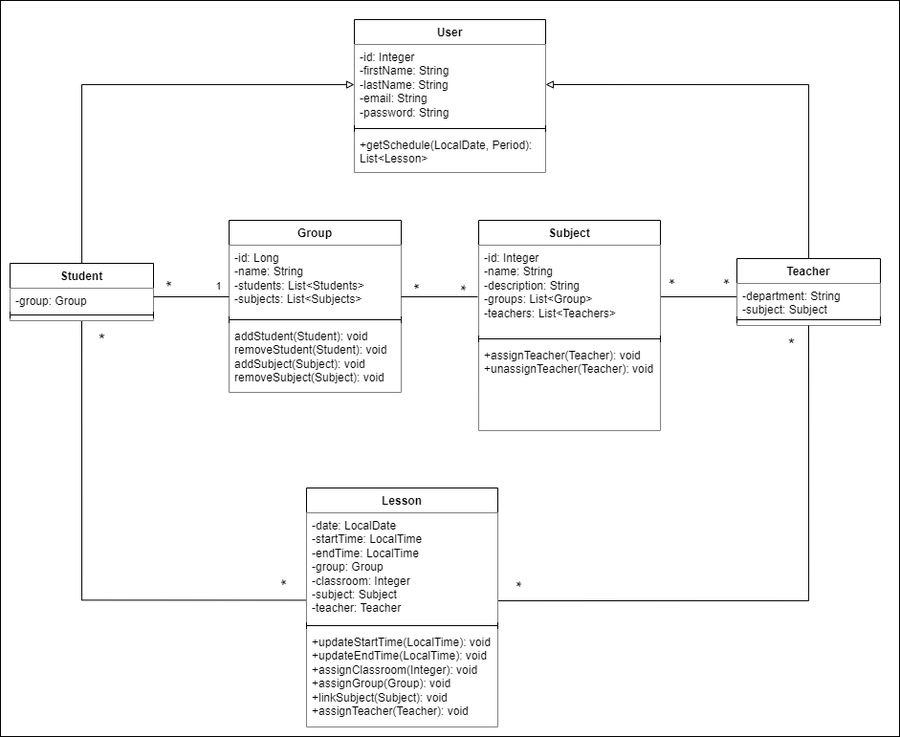
Earlier version of the draw.io export university-class-scheme.png (IgorShepota/university-cms). Source tidied: cells renumbered, new cells last; positions are measured from the earlier drawing's top-left corner, leaving out a move shared by most shapes.
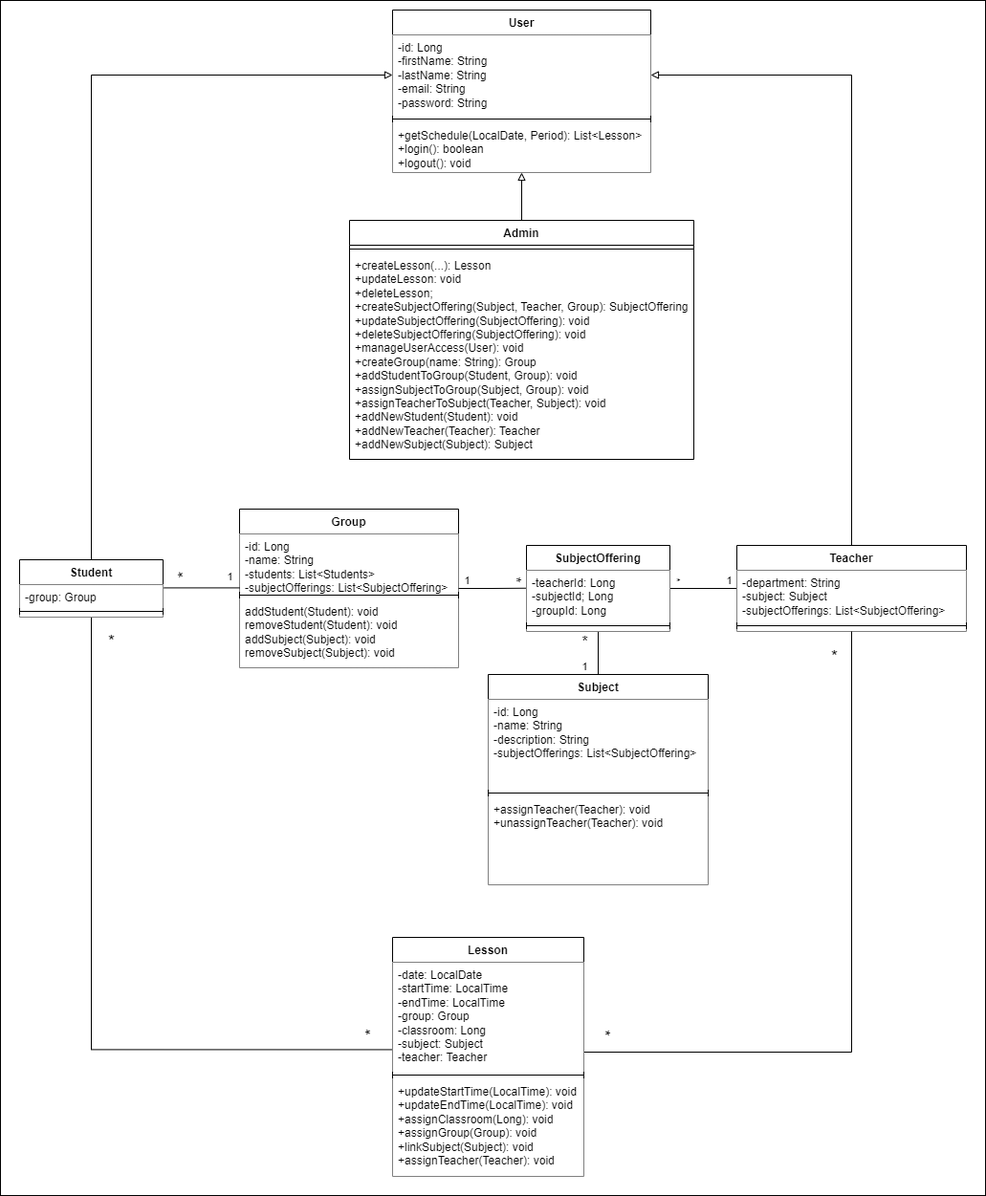
After the change.

Commit message:
Finalize user stories.

What changed in the source:
```diff
@@ -5,20 +5,4 @@
     <mxCell id="2" style="rounded=0;whiteSpace=wrap;html=1;fillColor=#FFFFFF;" parent="1" vertex="1">
-      <mxGeometry width="940" height="770" as="geometry" />
+      <mxGeometry x="-50" y="-370" width="1030" height="1250" as="geometry" />
     </mxCell>
-    <mxCell id="3" style="edgeStyle=none;rounded=0;orthogonalLoop=1;jettySize=auto;html=1;endArrow=none;endFill=0;fillColor=#FFFFFF;" parent="1" edge="1">
-      <mxGeometry relative="1" as="geometry">
-        <mxPoint x="690" y="310" as="sourcePoint" />
-        <mxPoint x="770" y="310" as="targetPoint" />
-      </mxGeometry>
-    </mxCell>
-    <mxCell id="4" value="*" style="edgeLabel;html=1;align=center;verticalAlign=middle;rotation=180;fontSize=18;fontStyle=0;fillColor=#FFFFFF;" parent="3" vertex="1">
-      <mxGeometry x="-0.83" relative="1" as="geometry">
-        <mxPoint x="6" y="-20" as="offset" />
-      </mxGeometry>
-    </mxCell>
-    <mxCell id="5" value="*" style="edgeLabel;html=1;align=center;verticalAlign=middle;rotation=180;fontSize=18;fontStyle=0;fillColor=#FFFFFF;" parent="3" vertex="1">
-      <mxGeometry x="0.76" y="1" relative="1" as="geometry">
-        <mxPoint y="-19" as="offset" />
-      </mxGeometry>
-    </mxCell>
     <mxCell id="6" style="edgeStyle=orthogonalEdgeStyle;rounded=0;jettySize=auto;html=1;entryX=0;entryY=0.802;entryDx=0;entryDy=0;entryPerimeter=0;endArrow=none;endFill=0;exitX=0.5;exitY=1.002;exitDx=0;exitDy=0;exitPerimeter=0;fontSize=12;fillColor=#FFFFFF;" parent="1" edge="1" source="13" target="23">
@@ -36,3 +20,3 @@
     </mxCell>
-    <mxCell id="9" style="edgeStyle=orthogonalEdgeStyle;rounded=0;jettySize=auto;html=1;endArrow=block;endFill=0;" parent="1" edge="1" source="10" target="41">
+    <mxCell id="9" style="edgeStyle=orthogonalEdgeStyle;rounded=0;jettySize=auto;html=1;endArrow=block;endFill=0;jumpStyle=none;strokeWidth=1;strokeColor=default;" parent="1" edge="1" source="10" target="41">
       <mxGeometry relative="1" as="geometry" />
@@ -40,3 +24,3 @@
     <mxCell id="10" value="Student" style="swimlane;fontStyle=1;align=center;verticalAlign=top;horizontal=1;startSize=26;whiteSpace=wrap;html=1;fillColor=#FFFFFF;" parent="1" vertex="1">
-      <mxGeometry x="10" y="275" width="150" height="60" as="geometry" />
+      <mxGeometry x="-30" y="215" width="150" height="60" as="geometry" />
     </mxCell>
@@ -54,19 +38,34 @@
     </mxCell>
+    <mxCell id="44" style="edgeStyle=orthogonalEdgeStyle;rounded=0;jettySize=auto;html=1;endArrow=none;endFill=0;" parent="1" edge="1" source="15" target="50">
+      <mxGeometry relative="1" as="geometry" />
+    </mxCell>
+    <mxCell id="45" value="*" style="edgeLabel;html=1;align=center;verticalAlign=middle;rotation=90;" parent="44" vertex="1">
+      <mxGeometry x="0.78" y="1" relative="1" as="geometry">
+        <mxPoint y="-10" as="offset" />
+      </mxGeometry>
+    </mxCell>
+    <mxCell id="46" value="1" style="edgeLabel;html=1;align=center;verticalAlign=middle;" parent="44" vertex="1">
+      <mxGeometry x="-0.8" relative="1" as="geometry">
+        <mxPoint x="-2" y="-9" as="offset" />
+      </mxGeometry>
+    </mxCell>
     <mxCell id="15" value="Teacher" style="swimlane;fontStyle=1;align=center;verticalAlign=top;horizontal=1;startSize=26;whiteSpace=wrap;html=1;fillColor=#FFFFFF;" parent="1" vertex="1">
-      <mxGeometry x="770" y="270" width="150" height="70" as="geometry" />
+      <mxGeometry x="720" y="200" width="240" height="90" as="geometry" />
     </mxCell>
-    <mxCell id="16" value="&lt;div&gt;&lt;span style=&quot;background-color: initial;&quot;&gt;-department: String&lt;/span&gt;&lt;br&gt;&lt;/div&gt;&lt;div&gt;-subject: Subject&lt;/div&gt;" style="text;strokeColor=none;fillColor=#FFFFFF;align=left;verticalAlign=top;spacingLeft=4;spacingRight=4;overflow=hidden;whiteSpace=wrap;html=1;" parent="15" vertex="1">
-      <mxGeometry y="26" width="150" height="34" as="geometry" />
+    <mxCell id="16" value="&lt;div&gt;&lt;span style=&quot;background-color: initial;&quot;&gt;-department: String&lt;/span&gt;&lt;br&gt;&lt;/div&gt;&lt;div&gt;-subject: Subject&lt;/div&gt;&lt;div&gt;-subjectOfferings: List&amp;lt;SubjectOffering&amp;gt;&lt;/div&gt;" style="text;strokeColor=none;fillColor=#FFFFFF;align=left;verticalAlign=top;spacingLeft=4;spacingRight=4;overflow=hidden;whiteSpace=wrap;html=1;" parent="15" vertex="1">
+      <mxGeometry y="26" width="240" height="54" as="geometry" />
     </mxCell>
     <mxCell id="17" style="line;strokeWidth=1;fillColor=#FFFFFF;align=left;verticalAlign=middle;spacingTop=-1;spacingLeft=3;spacingRight=3;labelPosition=right;strokeColor=inherit;" parent="15" vertex="1">
-      <mxGeometry y="60" width="150" height="8" as="geometry" />
+      <mxGeometry y="80" width="240" height="8" as="geometry" />
     </mxCell>
     <mxCell id="18" style="text;strokeColor=none;fillColor=#FFFFFF;align=left;verticalAlign=top;spacingLeft=4;spacingRight=4;overflow=hidden;whiteSpace=wrap;html=1;" parent="15" vertex="1">
-      <mxGeometry y="68" width="150" height="2" as="geometry" />
+      <mxGeometry y="88" width="240" height="2" as="geometry" />
     </mxCell>
-    <mxCell id="19" style="edgeStyle=orthogonalEdgeStyle;rounded=0;jettySize=auto;html=1;exitX=1;exitY=0.895;exitDx=0;exitDy=0;exitPerimeter=0;endArrow=none;endFill=0;fillColor=#FFFFFF;entryX=0.5;entryY=1;entryDx=0;entryDy=0;" parent="1" edge="1" target="15">
+    <mxCell id="19" style="edgeStyle=orthogonalEdgeStyle;rounded=0;jettySize=auto;html=1;endArrow=none;endFill=0;fillColor=#FFFFFF;exitX=1;exitY=0.737;exitDx=0;exitDy=0;exitPerimeter=0;entryX=0.5;entryY=1;entryDx=0;entryDy=0;" parent="1" edge="1" target="15">
       <mxGeometry relative="1" as="geometry">
-        <mxPoint x="520" y="628" as="sourcePoint" />
+        <mxPoint x="540" y="620" as="sourcePoint" />
         <Array as="points">
-          <mxPoint x="845" y="628" />
+          <mxPoint x="500" y="620" />
+          <mxPoint x="500" y="730" />
+          <mxPoint x="840" y="730" />
         </Array>
@@ -76,3 +75,3 @@
       <mxGeometry x="-0.94" y="1" relative="1" as="geometry">
-        <mxPoint y="-17" as="offset" />
+        <mxPoint x="70" y="89" as="offset" />
       </mxGeometry>
@@ -85,5 +84,5 @@
     <mxCell id="22" value="Lesson" style="swimlane;fontStyle=1;align=center;verticalAlign=top;horizontal=1;startSize=26;whiteSpace=wrap;html=1;fillColor=#FFFFFF;" parent="1" vertex="1">
-      <mxGeometry x="320" y="510" width="200" height="250" as="geometry" />
+      <mxGeometry x="360" y="610" width="200" height="250" as="geometry" />
     </mxCell>
-    <mxCell id="23" value="&lt;div&gt;-date: LocalDate&lt;/div&gt;&lt;div&gt;-startTime: LocalTime&lt;/div&gt;&lt;div&gt;-endTime: LocalTime&lt;/div&gt;&lt;div&gt;-group: Group&lt;/div&gt;-classroom: Integer&lt;div&gt;-subject: Subject&lt;/div&gt;&lt;div&gt;-teacher: Teacher&lt;/div&gt;" style="text;strokeColor=none;fillColor=#FFFFFF;align=left;verticalAlign=top;spacingLeft=4;spacingRight=4;overflow=hidden;points=[[0,0.5],[1,0.5]];portConstraint=eastwest;whiteSpace=wrap;html=1;" parent="22" vertex="1">
+    <mxCell id="23" value="&lt;div&gt;-date: LocalDate&lt;/div&gt;&lt;div&gt;-startTime: LocalTime&lt;/div&gt;&lt;div&gt;-endTime: LocalTime&lt;/div&gt;&lt;div&gt;-group: Group&lt;/div&gt;-classroom: Long&lt;div&gt;-subject: Subject&lt;/div&gt;&lt;div&gt;-teacher: Teacher&lt;/div&gt;" style="text;strokeColor=none;fillColor=#FFFFFF;align=left;verticalAlign=top;spacingLeft=4;spacingRight=4;overflow=hidden;points=[[0,0.5],[1,0.5]];portConstraint=eastwest;whiteSpace=wrap;html=1;" parent="22" vertex="1">
       <mxGeometry y="26" width="200" height="114" as="geometry" />
@@ -93,3 +92,3 @@
     </mxCell>
-    <mxCell id="25" value="&lt;div&gt;+updateStartTime(LocalTime): void&lt;/div&gt;&lt;div&gt;+updateEndTime(LocalTime): void&lt;/div&gt;&lt;div&gt;+assignClassroom(Integer): void&lt;/div&gt;&lt;div&gt;+assignGroup(Group): void&lt;/div&gt;&lt;div&gt;+linkSubject(Subject): void&lt;/div&gt;&lt;div&gt;+assignTeacher(Teacher): void&lt;/div&gt;" style="text;strokeColor=none;fillColor=#FFFFFF;align=left;verticalAlign=top;spacingLeft=4;spacingRight=4;overflow=hidden;whiteSpace=wrap;html=1;" parent="22" vertex="1">
+    <mxCell id="25" value="&lt;div&gt;+updateStartTime(LocalTime): void&lt;/div&gt;&lt;div&gt;+updateEndTime(LocalTime): void&lt;/div&gt;&lt;div&gt;+assignClassroom(Long): void&lt;/div&gt;&lt;div&gt;+assignGroup(Group): void&lt;/div&gt;&lt;div&gt;+linkSubject(Subject): void&lt;/div&gt;&lt;div&gt;+assignTeacher(Teacher): void&lt;/div&gt;" style="text;strokeColor=none;fillColor=#FFFFFF;align=left;verticalAlign=top;spacingLeft=4;spacingRight=4;overflow=hidden;whiteSpace=wrap;html=1;" parent="22" vertex="1">
       <mxGeometry y="148" width="200" height="102" as="geometry" />
@@ -97,45 +96,29 @@
     <mxCell id="26" value="Subject" style="swimlane;fontStyle=1;align=center;verticalAlign=top;horizontal=1;startSize=26;whiteSpace=wrap;html=1;fillColor=#FFFFFF;" parent="1" vertex="1">
-      <mxGeometry x="500" y="230" width="190" height="220" as="geometry" />
+      <mxGeometry x="460" y="335" width="230" height="220" as="geometry" />
     </mxCell>
-    <mxCell id="27" value="&lt;div&gt;-id: Integer&lt;/div&gt;&lt;div&gt;-name: String&lt;/div&gt;&lt;div&gt;-description: String&lt;/div&gt;&lt;div&gt;-groups: List&amp;lt;Group&amp;gt;&lt;/div&gt;&lt;div&gt;-teachers: List&amp;lt;Teachers&amp;gt;&lt;/div&gt;" style="text;strokeColor=none;fillColor=#FFFFFF;align=left;verticalAlign=top;spacingLeft=4;spacingRight=4;overflow=hidden;whiteSpace=wrap;html=1;" parent="26" vertex="1">
-      <mxGeometry y="26" width="190" height="94" as="geometry" />
+    <mxCell id="27" value="&lt;div&gt;-id: Long&lt;/div&gt;&lt;div&gt;-name: String&lt;/div&gt;&lt;div&gt;-description: String&lt;/div&gt;&lt;div&gt;-subjectOfferings: List&amp;lt;SubjectOffering&amp;gt;&lt;br&gt;&lt;/div&gt;" style="text;strokeColor=none;fillColor=#FFFFFF;align=left;verticalAlign=top;spacingLeft=4;spacingRight=4;overflow=hidden;whiteSpace=wrap;html=1;" parent="26" vertex="1">
+      <mxGeometry y="26" width="230" height="94" as="geometry" />
     </mxCell>
     <mxCell id="28" style="line;strokeWidth=1;fillColor=#FFFFFF;align=left;verticalAlign=middle;spacingTop=-1;spacingLeft=3;spacingRight=3;labelPosition=right;strokeColor=inherit;" parent="26" vertex="1">
-      <mxGeometry y="120" width="190" height="8" as="geometry" />
+      <mxGeometry y="120" width="230" height="8" as="geometry" />
     </mxCell>
     <mxCell id="29" value="&lt;div&gt;+assignTeacher(Teacher): void&lt;/div&gt;&lt;div&gt;+unassignTeacher(Teacher): void&lt;/div&gt;" style="text;strokeColor=none;fillColor=#FFFFFF;align=left;verticalAlign=top;spacingLeft=4;spacingRight=4;overflow=hidden;whiteSpace=wrap;html=1;" parent="26" vertex="1">
-      <mxGeometry y="128" width="190" height="92" as="geometry" />
+      <mxGeometry y="128" width="230" height="92" as="geometry" />
     </mxCell>
     <mxCell id="30" value="Group" style="swimlane;fontStyle=1;align=center;verticalAlign=top;horizontal=1;startSize=26;whiteSpace=wrap;html=1;fillColor=#FFFFFF;" parent="1" vertex="1">
-      <mxGeometry x="239" y="230" width="180" height="180" as="geometry" />
+      <mxGeometry x="200" y="162" width="229" height="166" as="geometry" />
     </mxCell>
-    <mxCell id="31" value="-id: Long&lt;br&gt;-name: String&lt;br&gt;-students: List&amp;lt;Students&amp;gt;&lt;br&gt;-subjects: List&amp;lt;Subjects&amp;gt;" style="text;strokeColor=none;fillColor=#FFFFFF;align=left;verticalAlign=top;spacingLeft=4;spacingRight=4;overflow=hidden;whiteSpace=wrap;html=1;" parent="30" vertex="1">
-      <mxGeometry y="26" width="180" height="74" as="geometry" />
+    <mxCell id="31" value="-id: Long&lt;br&gt;-name: String&lt;br&gt;-students: List&amp;lt;Students&amp;gt;&lt;br&gt;-subjectOfferings: List&amp;lt;SubjectOffering&amp;gt;" style="text;strokeColor=none;fillColor=#FFFFFF;align=left;verticalAlign=top;spacingLeft=4;spacingRight=4;overflow=hidden;whiteSpace=wrap;html=1;" parent="30" vertex="1">
+      <mxGeometry y="26" width="229" height="60" as="geometry" />
     </mxCell>
     <mxCell id="32" style="line;strokeWidth=1;fillColor=#FFFFFF;align=left;verticalAlign=middle;spacingTop=-1;spacingLeft=3;spacingRight=3;labelPosition=right;strokeColor=inherit;" parent="30" vertex="1">
-      <mxGeometry y="100" width="180" height="8" as="geometry" />
+      <mxGeometry y="86" width="229" height="8" as="geometry" />
     </mxCell>
     <mxCell id="33" value="&lt;div&gt;addStudent(Student): void&lt;/div&gt;&lt;div&gt;removeStudent(Student): void&lt;/div&gt;&lt;div&gt;addSubject(Subject): void&lt;/div&gt;&lt;div&gt;removeSubject(Subject): void&lt;/div&gt;" style="text;strokeColor=none;fillColor=#FFFFFF;align=left;verticalAlign=top;spacingLeft=4;spacingRight=4;overflow=hidden;whiteSpace=wrap;html=1;" parent="30" vertex="1">
-      <mxGeometry y="108" width="180" height="72" as="geometry" />
+      <mxGeometry y="94" width="229" height="72" as="geometry" />
     </mxCell>
-    <mxCell id="34" style="edgeStyle=none;rounded=0;orthogonalLoop=1;jettySize=auto;html=1;endArrow=none;endFill=0;fillColor=#FFFFFF;" parent="1" edge="1">
-      <mxGeometry relative="1" as="geometry">
-        <mxPoint x="419" y="310" as="sourcePoint" />
-        <mxPoint x="499" y="310" as="targetPoint" />
-      </mxGeometry>
-    </mxCell>
-    <mxCell id="35" value="&lt;span&gt;*&lt;/span&gt;" style="edgeLabel;html=1;align=center;verticalAlign=middle;rotation=270;fontSize=18;fontStyle=0;fillColor=#FFFFFF;" parent="34" vertex="1">
-      <mxGeometry x="-0.84" relative="1" as="geometry">
-        <mxPoint x="14" y="-9" as="offset" />
-      </mxGeometry>
-    </mxCell>
-    <mxCell id="36" value="*" style="edgeLabel;html=1;align=center;verticalAlign=middle;rotation=90;fontSize=18;fontStyle=0;fillColor=#FFFFFF;" parent="34" vertex="1">
-      <mxGeometry x="0.75" relative="1" as="geometry">
-        <mxPoint x="-9" y="-10" as="offset" />
-      </mxGeometry>
-    </mxCell>
     <mxCell id="37" style="edgeStyle=none;rounded=0;orthogonalLoop=1;jettySize=auto;html=1;endArrow=none;endFill=0;fontSize=11;fillColor=#FFFFFF;" parent="1" edge="1">
       <mxGeometry relative="1" as="geometry">
-        <mxPoint x="160" y="310" as="sourcePoint" />
-        <mxPoint x="239" y="310" as="targetPoint" />
+        <mxPoint x="121" y="244.4" as="sourcePoint" />
+        <mxPoint x="200" y="244.4" as="targetPoint" />
       </mxGeometry>
@@ -153,13 +136,63 @@
     <mxCell id="40" value="User" style="swimlane;fontStyle=1;align=center;verticalAlign=top;horizontal=1;startSize=26;whiteSpace=wrap;html=1;fillColor=#FFFFFF;" parent="1" vertex="1">
-      <mxGeometry x="370" y="20" width="200" height="160" as="geometry" />
+      <mxGeometry x="360" y="-360" width="270" height="170" as="geometry" />
     </mxCell>
-    <mxCell id="41" value="-id: Integer&lt;br&gt;-firstName: String&lt;br&gt;-lastName: String&lt;br&gt;-email: String&lt;br&gt;-password: String" style="text;strokeColor=none;fillColor=#FFFFFF;align=left;verticalAlign=top;spacingLeft=4;spacingRight=4;overflow=hidden;points=[[0,0.5],[1,0.5]];portConstraint=eastwest;whiteSpace=wrap;html=1;" parent="40" vertex="1">
-      <mxGeometry y="26" width="200" height="84" as="geometry" />
+    <mxCell id="41" value="-id: Long&lt;br&gt;-firstName: String&lt;br&gt;-lastName: String&lt;br&gt;-email: String&lt;br&gt;-password: String" style="text;strokeColor=none;fillColor=#FFFFFF;align=left;verticalAlign=top;spacingLeft=4;spacingRight=4;overflow=hidden;points=[[0,0.5],[1,0.5]];portConstraint=eastwest;whiteSpace=wrap;html=1;" parent="40" vertex="1">
+      <mxGeometry y="26" width="270" height="84" as="geometry" />
     </mxCell>
     <mxCell id="42" style="line;strokeWidth=1;fillColor=#FFFFFF;align=left;verticalAlign=middle;spacingTop=-1;spacingLeft=3;spacingRight=3;labelPosition=right;strokeColor=inherit;" parent="40" vertex="1">
-      <mxGeometry y="110" width="200" height="8" as="geometry" />
+      <mxGeometry y="110" width="270" height="8" as="geometry" />
     </mxCell>
-    <mxCell id="43" value="+getSchedule(LocalDate, Period): List&amp;lt;Lesson&amp;gt;" style="text;strokeColor=none;fillColor=#FFFFFF;align=left;verticalAlign=top;spacingLeft=4;spacingRight=4;overflow=hidden;whiteSpace=wrap;html=1;" parent="40" vertex="1">
-      <mxGeometry y="118" width="200" height="42" as="geometry" />
+    <mxCell id="43" value="+getSchedule(LocalDate, Period): List&amp;lt;Lesson&amp;gt;&lt;br&gt;+login(): boolean&lt;br&gt;+logout(): void " style="text;strokeColor=none;fillColor=#FFFFFF;align=left;verticalAlign=top;spacingLeft=4;spacingRight=4;overflow=hidden;whiteSpace=wrap;html=1;" parent="40" vertex="1">
+      <mxGeometry y="118" width="270" height="52" as="geometry" />
     </mxCell>
+    <mxCell id="47" style="edgeStyle=orthogonalEdgeStyle;rounded=0;jettySize=auto;html=1;entryX=0.5;entryY=0;entryDx=0;entryDy=0;endArrow=none;endFill=0;" parent="1" edge="1" source="50" target="26">
+      <mxGeometry relative="1" as="geometry" />
+    </mxCell>
+    <mxCell id="48" value="1" style="edgeLabel;html=1;align=center;verticalAlign=middle;" parent="47" vertex="1">
+      <mxGeometry x="0.7" relative="1" as="geometry">
+        <mxPoint x="-15" y="-2" as="offset" />
+      </mxGeometry>
+    </mxCell>
+    <mxCell id="49" value="*" style="edgeLabel;html=1;align=center;verticalAlign=middle;fontSize=16;" parent="47" vertex="1">
+      <mxGeometry x="-0.83" relative="1" as="geometry">
+        <mxPoint x="-15" y="6" as="offset" />
+      </mxGeometry>
+    </mxCell>
+    <mxCell id="50" value="SubjectOffering" style="swimlane;fontStyle=1;align=center;verticalAlign=top;horizontal=1;startSize=26;whiteSpace=wrap;html=1;fillColor=#FFFFFF;" parent="1" vertex="1">
+      <mxGeometry x="500" y="200" width="150" height="90" as="geometry" />
+    </mxCell>
+    <mxCell id="51" value="&lt;div&gt;&lt;span style=&quot;background-color: initial;&quot;&gt;-teacherId: Long&lt;/span&gt;&lt;/div&gt;&lt;div&gt;&lt;span style=&quot;background-color: initial;&quot;&gt;-subjectId; Long&lt;/span&gt;&lt;/div&gt;&lt;div&gt;&lt;span style=&quot;background-color: initial;&quot;&gt;-groupId: Long&lt;/span&gt;&lt;/div&gt;" style="text;strokeColor=none;fillColor=#FFFFFF;align=left;verticalAlign=top;spacingLeft=4;spacingRight=4;overflow=hidden;points=[[0,0.5],[1,0.5]];portConstraint=eastwest;whiteSpace=wrap;html=1;" parent="50" vertex="1">
+      <mxGeometry y="26" width="150" height="54" as="geometry" />
+    </mxCell>
+    <mxCell id="52" style="line;strokeWidth=1;fillColor=#FFFFFF;align=left;verticalAlign=middle;spacingTop=-1;spacingLeft=3;spacingRight=3;labelPosition=right;strokeColor=inherit;" parent="50" vertex="1">
+      <mxGeometry y="80" width="150" height="8" as="geometry" />
+    </mxCell>
+    <mxCell id="53" style="text;strokeColor=none;fillColor=#FFFFFF;align=left;verticalAlign=top;spacingLeft=4;spacingRight=4;overflow=hidden;whiteSpace=wrap;html=1;" parent="50" vertex="1">
+      <mxGeometry y="88" width="150" height="2" as="geometry" />
+    </mxCell>
+    <mxCell id="54" style="edgeStyle=orthogonalEdgeStyle;rounded=0;jettySize=auto;html=1;entryX=-0.005;entryY=0.347;entryDx=0;entryDy=0;entryPerimeter=0;endArrow=none;endFill=0;" parent="1" edge="1" source="30" target="51">
+      <mxGeometry relative="1" as="geometry" />
+    </mxCell>
+    <mxCell id="55" value="1" style="edgeLabel;html=1;align=center;verticalAlign=middle;" parent="54" vertex="1">
+      <mxGeometry x="-0.77" relative="1" as="geometry">
+        <mxPoint y="-9" as="offset" />
+      </mxGeometry>
+    </mxCell>
+    <mxCell id="56" value="*" style="edgeLabel;html=1;align=center;verticalAlign=middle;rotation=90;fontSize=16;" parent="54" vertex="1">
+      <mxGeometry x="0.86" relative="1" as="geometry">
+        <mxPoint x="-4" y="-9" as="offset" />
+      </mxGeometry>
+    </mxCell>
+    <mxCell id="57" style="edgeStyle=orthogonalEdgeStyle;rounded=0;jettySize=auto;html=1;entryX=0.5;entryY=1;entryDx=0;entryDy=0;endArrow=block;endFill=0;" parent="1" edge="1" source="58" target="40">
+      <mxGeometry relative="1" as="geometry" />
+    </mxCell>
+    <mxCell id="58" value="Admin" style="swimlane;fontStyle=1;align=center;verticalAlign=top;horizontal=1;startSize=26;whiteSpace=wrap;html=1;" parent="1" vertex="1">
+      <mxGeometry x="315" y="-140" width="360" height="250" as="geometry" />
+    </mxCell>
+    <mxCell id="59" style="line;strokeWidth=1;fillColor=none;align=left;verticalAlign=middle;spacingTop=-1;spacingLeft=3;spacingRight=3;labelPosition=right;strokeColor=inherit;" parent="58" vertex="1">
+      <mxGeometry y="26" width="360" height="8" as="geometry" />
+    </mxCell>
+    <mxCell id="60" value="+createLesson(...): Lesson&lt;br&gt;+updateLesson: void&lt;br&gt;+deleteLesson;&lt;br&gt;+createSubjectOffering(Subject, Teacher, Group): SubjectOffering &lt;br&gt; +updateSubjectOffering(SubjectOffering): void &lt;br&gt; +deleteSubjectOffering(SubjectOffering): void &lt;br&gt; +manageUserAccess(User): void &lt;br&gt; +createGroup(name: String): Group &lt;br&gt; +addStudentToGroup(Student, Group): void &lt;br&gt; +assignSubjectToGroup(Subject, Group): void &lt;br&gt; +assignTeacherToSubject(Teacher, Subject): void &lt;br&gt; +addNewStudent(Student): void&lt;br&gt; +addNewTeacher(Teacher): Teacher &lt;br&gt; +addNewSubject(Subject): Subject " style="text;strokeColor=none;fillColor=none;align=left;verticalAlign=top;spacingLeft=4;spacingRight=4;overflow=hidden;whiteSpace=wrap;html=1;" parent="58" vertex="1">
+      <mxGeometry y="34" width="360" height="216" as="geometry" />
+    </mxCell>
   </root>
```
